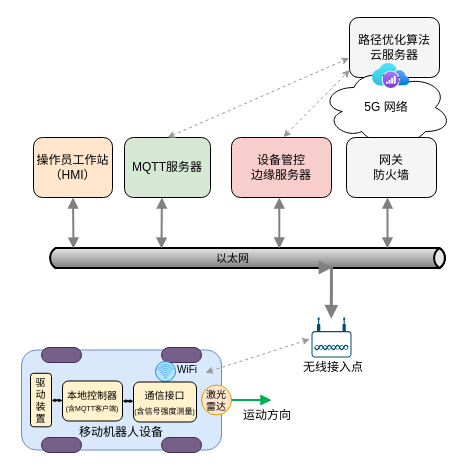
Before: AMR 控制和调度系统框图.drawio in netCIS0xD/testRepository, a draw.io diagram. Source tidied: cells renumbered, new cells numbered last; positions are measured from the earlier drawing's top-left corner, leaving out a move shared by most shapes. Both pictures are drawn from the tidied source at 100%, with x=0, y=0 at pixel (17, 17).
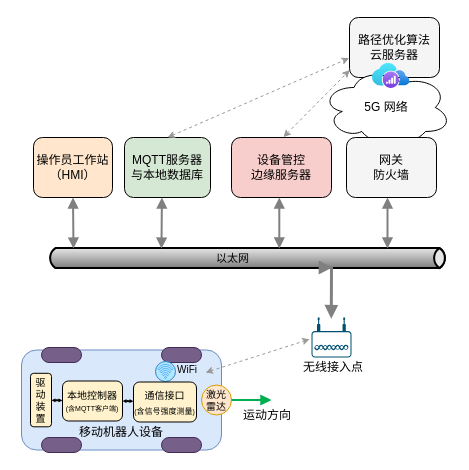
Above is the later version.

Commit message:
Update AMR 控制和调度系统框图.drawio

Diff of the diagram source:
```diff
@@
-    <mxCell id="2" value="MQTT服务器" style="rounded=1;whiteSpace=wrap;html=1;fillColor=#d5e8d4;" parent="1" vertex="1">
+    <mxCell id="2" value="&lt;div&gt;MQTT服务器&lt;/div&gt;&lt;div&gt;与本地数据库&lt;/div&gt;" style="rounded=1;whiteSpace=wrap;html=1;fillColor=#d5e8d4;" parent="1" vertex="1">
       <mxGeometry x="107" y="120" width="86" height="60" as="geometry" />
     </mxCell>
```
